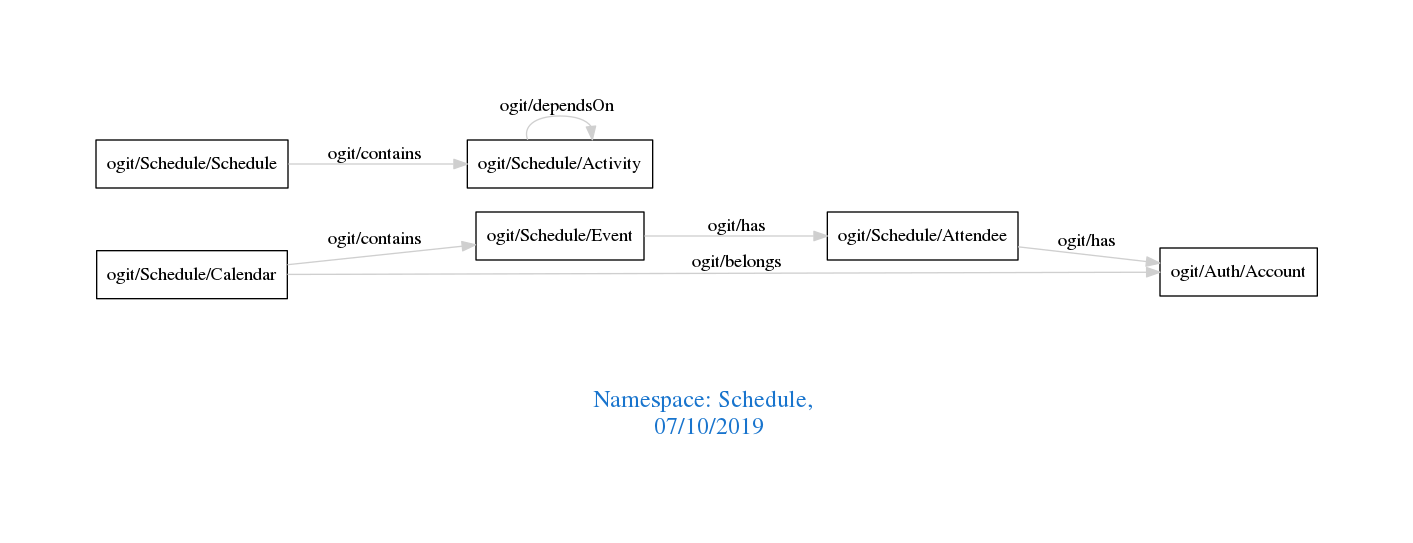
Earlier version of the Graphviz export downloads/Schedule.png (arago/OGIT). Its source is kept beside it as downloads/Schedule.dot.
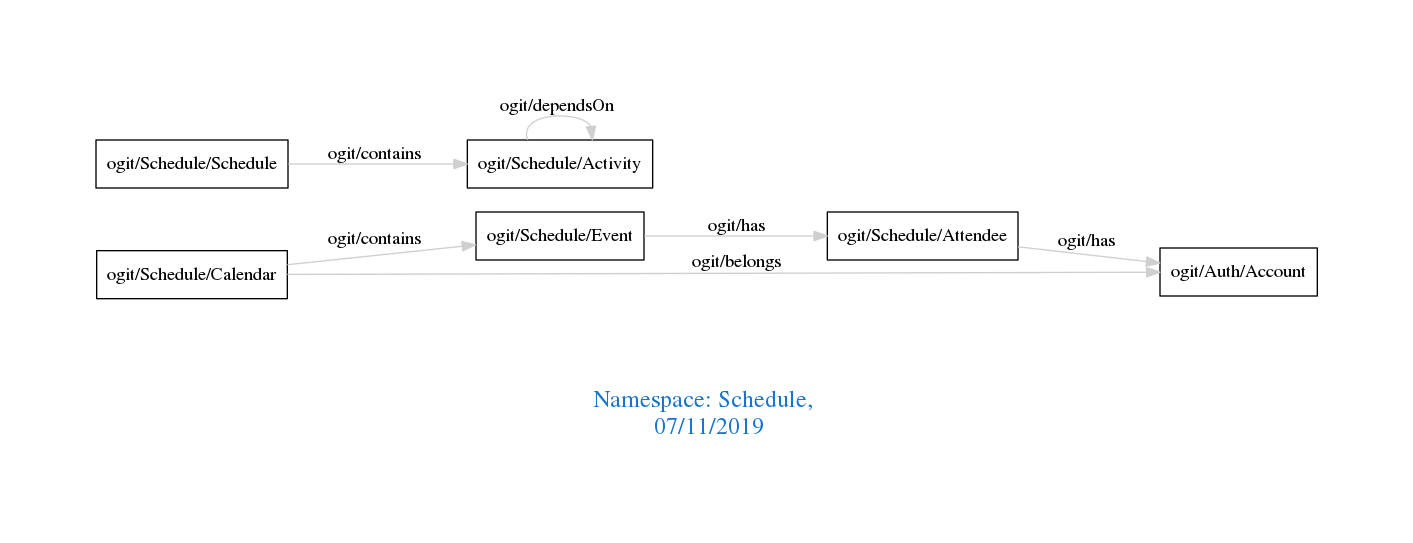
Later version of the same file.

The edit, as a diff of the source:
```diff
@@ -1,7 +1,7 @@
 digraph OGIT_ontology {
  graph [ rankdir= LR,pad=1
 fontsize = 18,
-fontcolor= dodgerblue3,label = "\n\n\nNamespace: Schedule, \n 07/10/2019"];
+fontcolor= dodgerblue3,label = "\n\n\nNamespace: Schedule, \n 07/11/2019"];
 node[shape=polygon];
 edge [  color="gray81"];
 
```
